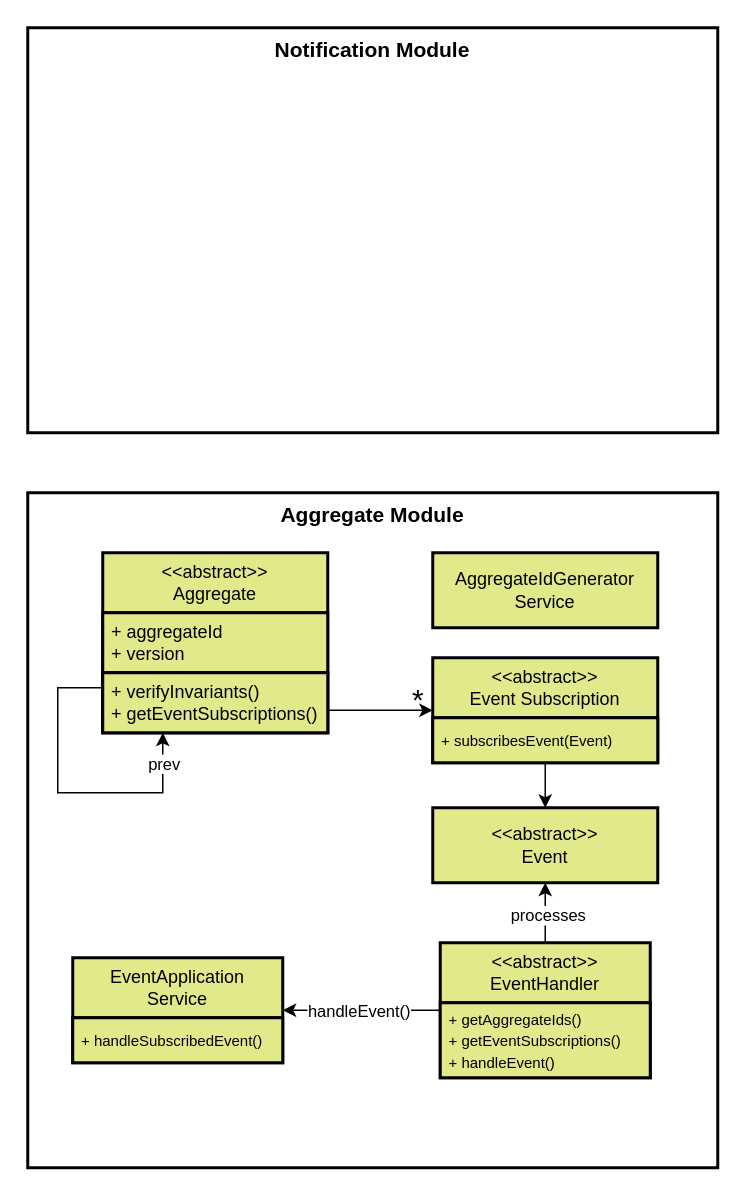
Above: data/figs/architecture/layers/layers_aggregate.drawio in socialsoftware/microservices-simulator (draw.io), before the change. Source tidied: cells renumbered, new cells numbered last; positions are measured from the earlier drawing's top-left corner, leaving out a move shared by most shapes. Both pictures are drawn from the tidied source at 150%, with x=0, y=0 at pixel (27, 27).
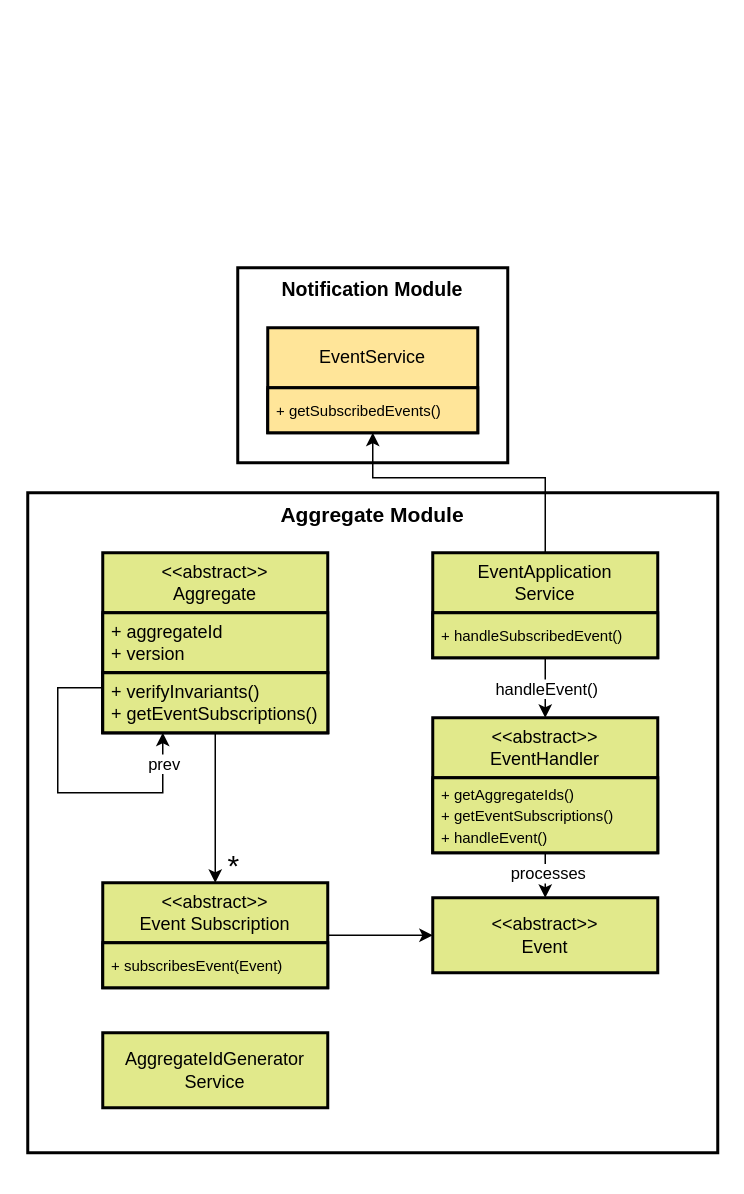
The same diagram, later.

Unchanged cells that the change refers to:
```xml
<mxCell id="5" value="&amp;lt;&amp;lt;abstract&amp;gt;&amp;gt;&lt;div&gt;Aggregate&lt;/div&gt;" style="swimlane;fontStyle=0;horizontal=1;startSize=40;whiteSpace=wrap;html=1;fillColor=#E1E98B;strokeColor=default;strokeWidth=2;" parent="4" vertex="1">
  <mxGeometry width="150" height="120" as="geometry" />
</mxCell>
<mxCell id="19" style="edgeStyle=orthogonalEdgeStyle;rounded=0;jettySize=auto;html=1;" parent="1" edge="1" source="21" target="13">
  <mxGeometry relative="1" as="geometry" />
</mxCell>
```

Change to the diagram source:
```diff
@@
+    <mxCell id="25" value="Notification Module" style="whiteSpace=wrap;strokeWidth=2;verticalAlign=top;fontSize=13;fontStyle=1;" parent="1" vertex="1">
+      <mxGeometry x="140" y="160" width="180" height="130" as="geometry" />
+    </mxCell>
     <mxCell id="2" value="Aggregate Module" style="whiteSpace=wrap;strokeWidth=2;verticalAlign=top;fontSize=14;fontStyle=1;" parent="1" vertex="1">
-      <mxGeometry y="310" width="460" height="450" as="geometry" />
+      <mxGeometry y="310" width="460" height="440" as="geometry" />
     </mxCell>
     <mxCell id="3" value="AggregateIdGenerator&#10;Service" style="whiteSpace=wrap;strokeWidth=2;fillColor=#E1E98B;strokeColor=#000000;" parent="1" vertex="1">
-      <mxGeometry x="270" y="350" width="150" height="50" as="geometry" />
+      <mxGeometry x="50" y="670" width="150" height="50" as="geometry" />
     </mxCell>
@@
     <mxCell id="11" style="edgeStyle=orthogonalEdgeStyle;rounded=0;jettySize=auto;html=1;" parent="1" edge="1" source="5" target="15">
-      <mxGeometry relative="1" as="geometry">
-        <Array as="points">
-          <mxPoint x="220" y="455" />
-          <mxPoint x="220" y="455" />
-        </Array>
-      </mxGeometry>
+      <mxGeometry relative="1" as="geometry" />
     </mxCell>
     <mxCell id="12" value="*" style="edgeLabel;html=1;align=center;verticalAlign=middle;fontSize=20;labelBackgroundColor=none;" parent="11" vertex="1">
       <mxGeometry x="0.69" y="-2" relative="1" as="geometry">
-        <mxPoint y="-11" as="offset" />
+        <mxPoint x="13" y="2" as="offset" />
       </mxGeometry>
     </mxCell>
     <mxCell id="13" value="&lt;&lt;abstract&gt;&gt;&#10;Event" style="whiteSpace=wrap;strokeWidth=2;fillColor=#E1E98B;strokeColor=#000000;" parent="1" vertex="1">
-      <mxGeometry x="270" y="520" width="150" height="50" as="geometry" />
+      <mxGeometry x="270" y="580" width="150" height="50" as="geometry" />
     </mxCell>
@@
     <mxCell id="15" value="&amp;lt;&amp;lt;abstract&amp;gt;&amp;gt;&lt;br style=&quot;padding: 0px; margin: 0px;&quot;&gt;Event Subscription" style="swimlane;fontStyle=0;horizontal=1;startSize=40;whiteSpace=wrap;html=1;strokeWidth=2;fillColor=#E1E98B;" parent="1" vertex="1">
-      <mxGeometry x="270" y="420" width="150" height="70" as="geometry" />
+      <mxGeometry x="50" y="570" width="150" height="70" as="geometry" />
     </mxCell>
@@
+    <mxCell id="26" style="edgeStyle=orthogonalEdgeStyle;rounded=0;jettySize=auto;html=1;" parent="1" edge="1" source="17" target="27">
+      <mxGeometry relative="1" as="geometry">
+        <Array as="points">
+          <mxPoint x="345" y="300" />
+          <mxPoint x="230" y="300" />
+        </Array>
+      </mxGeometry>
+    </mxCell>
     <mxCell id="17" value="EventApplication&lt;div&gt;Service&lt;/div&gt;" style="swimlane;fontStyle=0;horizontal=1;startSize=40;whiteSpace=wrap;html=1;strokeWidth=2;fillColor=#E1E98B;" parent="1" vertex="1">
-      <mxGeometry x="30" y="620" width="140" height="70" as="geometry" />
+      <mxGeometry x="270" y="350" width="150" height="70" as="geometry" />
     </mxCell>
     <mxCell id="18" value="&lt;span style=&quot;font-size: 10px;&quot;&gt;+&amp;nbsp;handleSubscribedEvent()&lt;/span&gt;" style="text;strokeColor=default;fillColor=#E1E98B;align=left;verticalAlign=middle;spacingLeft=4;spacingRight=4;overflow=hidden;whiteSpace=wrap;html=1;strokeWidth=2;" parent="17" vertex="1">
-      <mxGeometry y="40" width="140" height="30" as="geometry" />
+      <mxGeometry y="40" width="150" height="30" as="geometry" />
     </mxCell>
@@
     <mxCell id="20" value="processes" style="edgeLabel;html=1;align=center;verticalAlign=middle;" parent="19" vertex="1">
-      <mxGeometry x="-0.03" y="-1" relative="1" as="geometry" />
+      <mxGeometry x="-0.03" y="-1" relative="1" as="geometry">
+        <mxPoint y="-3" as="offset" />
+      </mxGeometry>
     </mxCell>
     <mxCell id="21" value="&amp;lt;&amp;lt;abstract&amp;gt;&amp;gt;&lt;br style=&quot;padding: 0px; margin: 0px;&quot;&gt;EventHandler" style="swimlane;fontStyle=0;horizontal=1;startSize=40;whiteSpace=wrap;html=1;strokeWidth=2;fillColor=#E1E98B;" parent="1" vertex="1">
-      <mxGeometry x="275" y="610" width="140" height="90" as="geometry" />
+      <mxGeometry x="270" y="460" width="150" height="90" as="geometry" />
     </mxCell>
     <mxCell id="22" value="&lt;span style=&quot;font-size: 10px;&quot;&gt;+&amp;nbsp;getAggregateIds()&lt;/span&gt;&lt;div&gt;&lt;span style=&quot;font-size: 10px;&quot;&gt;+ getEventSubscriptions()&lt;/span&gt;&lt;br&gt;&lt;div&gt;&lt;span style=&quot;font-size: 10px;&quot;&gt;+&amp;nbsp;&lt;/span&gt;&lt;span style=&quot;background-color: transparent; font-size: 10px;&quot;&gt;handleEvent()&lt;/span&gt;&lt;/div&gt;&lt;/div&gt;" style="text;strokeColor=default;fillColor=#E1E98B;align=left;verticalAlign=middle;spacingLeft=4;spacingRight=4;overflow=hidden;whiteSpace=wrap;html=1;strokeWidth=2;" parent="21" vertex="1">
-      <mxGeometry y="40" width="140" height="50" as="geometry" />
+      <mxGeometry y="40" width="150" height="50" as="geometry" />
     </mxCell>
-    <mxCell id="23" style="edgeStyle=orthogonalEdgeStyle;rounded=0;jettySize=auto;html=1;" parent="1" edge="1" source="21" target="17">
+    <mxCell id="23" style="edgeStyle=orthogonalEdgeStyle;rounded=0;jettySize=auto;html=1;" parent="1" edge="1" source="17" target="21">
       <mxGeometry relative="1" as="geometry" />
     </mxCell>
     <mxCell id="24" value="handleEvent()" style="edgeLabel;html=1;align=center;verticalAlign=middle;" parent="23" vertex="1">
       <mxGeometry x="0.43" y="-2" relative="1" as="geometry">
-        <mxPoint x="20" y="2" as="offset" />
+        <mxPoint x="2" y="-9" as="offset" />
       </mxGeometry>
     </mxCell>
-    <mxCell id="25" value="Notification Module" style="whiteSpace=wrap;strokeWidth=2;verticalAlign=top;fontSize=14;fontStyle=1;" parent="1" vertex="1">
-      <mxGeometry width="460" height="270" as="geometry" />
-    </mxCell>
+    <mxCell id="27" value="EventService" style="swimlane;fontStyle=0;horizontal=1;startSize=40;whiteSpace=wrap;html=1;strokeWidth=2;fillColor=#FFE599;" parent="1" vertex="1">
+      <mxGeometry x="160" y="200" width="140" height="70" as="geometry" />
+    </mxCell>
+    <mxCell id="28" value="&lt;div&gt;&lt;span style=&quot;font-size: 10px;&quot;&gt;+&amp;nbsp;&lt;/span&gt;&lt;span style=&quot;background-color: transparent; font-size: 10px;&quot;&gt;getSubscribedEvents()&lt;/span&gt;&lt;/div&gt;" style="text;strokeColor=default;fillColor=#FFE599;align=left;verticalAlign=middle;spacingLeft=4;spacingRight=4;overflow=hidden;whiteSpace=wrap;html=1;strokeWidth=2;" parent="27" vertex="1">
+      <mxGeometry y="40" width="140" height="30" as="geometry" />
+    </mxCell>
```
